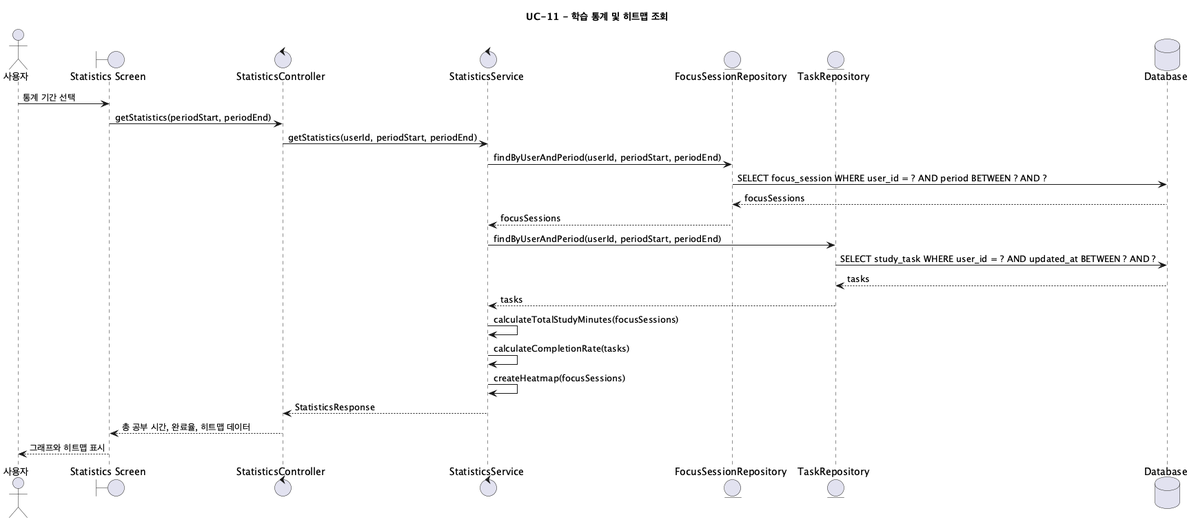
Earlier version of the PlantUML export screenshots/sequence-diagram/UC11_ViewStudyStatistics.png (jeongiryang/SoftwareEngineering_team15_project_-Smart-Edu-Platform).
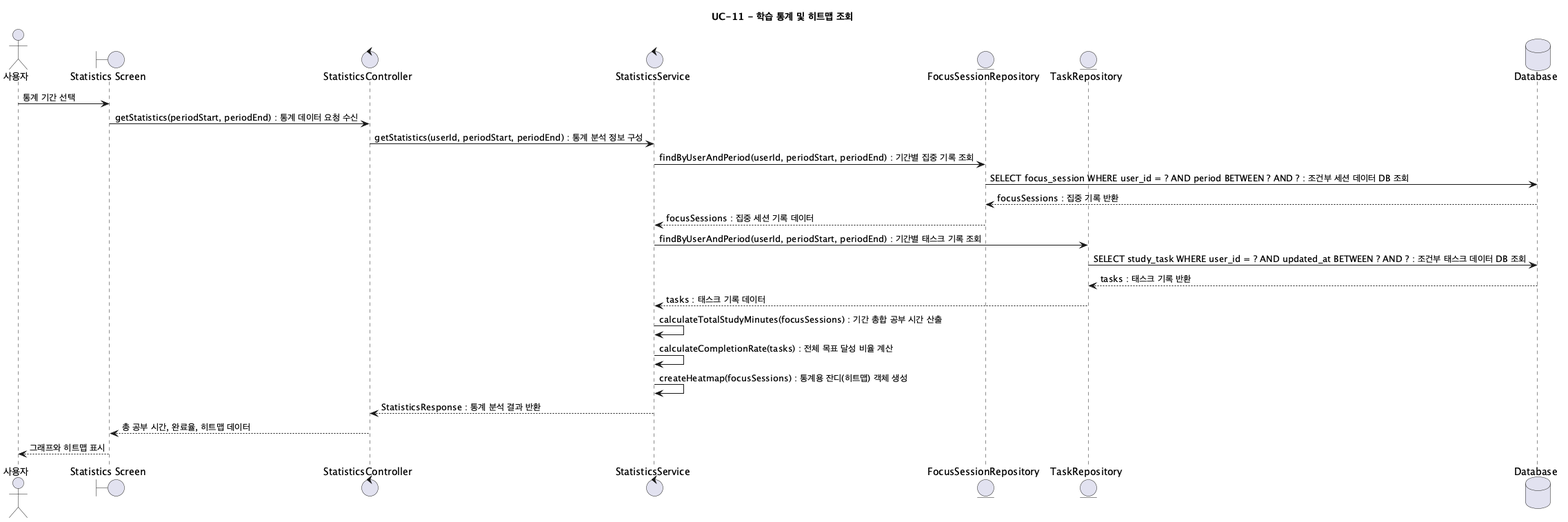
Later version of the same file.

Diff of the diagram source:
```diff
@@ -10,23 +10,23 @@
 database "Database" as DB
 
 User -> UI: 통계 기간 선택
-UI -> StatisticsController: getStatistics(periodStart, periodEnd)
-StatisticsController -> StatisticsService: getStatistics(userId, periodStart, periodEnd)
+UI -> StatisticsController: getStatistics(periodStart, periodEnd) : 통계 데이터 요청 수신
+StatisticsController -> StatisticsService: getStatistics(userId, periodStart, periodEnd) : 통계 분석 정보 구성
 
-StatisticsService -> FocusSessionRepository: findByUserAndPeriod(userId, periodStart, periodEnd)
-FocusSessionRepository -> DB: SELECT focus_session WHERE user_id = ? AND period BETWEEN ? AND ?
-DB --> FocusSessionRepository: focusSessions
-FocusSessionRepository --> StatisticsService: focusSessions
+StatisticsService -> FocusSessionRepository: findByUserAndPeriod(userId, periodStart, periodEnd) : 기간별 집중 기록 조회
+FocusSessionRepository -> DB: SELECT focus_session WHERE user_id = ? AND period BETWEEN ? AND ? : 조건부 세션 데이터 DB 조회
+DB --> FocusSessionRepository: focusSessions : 집중 기록 반환
+FocusSessionRepository --> StatisticsService: focusSessions : 집중 세션 기록 데이터
 
-StatisticsService -> TaskRepository: findByUserAndPeriod(userId, periodStart, periodEnd)
-TaskRepository -> DB: SELECT study_task WHERE user_id = ? AND updated_at BETWEEN ? AND ?
-DB --> TaskRepository: tasks
-TaskRepository --> StatisticsService: tasks
+StatisticsService -> TaskRepository: findByUserAndPeriod(userId, periodStart, periodEnd) : 기간별 태스크 기록 조회
+TaskRepository -> DB: SELECT study_task WHERE user_id = ? AND updated_at BETWEEN ? AND ? : 조건부 태스크 데이터 DB 조회
+DB --> TaskRepository: tasks : 태스크 기록 반환
+TaskRepository --> StatisticsService: tasks : 태스크 기록 데이터
 
-StatisticsService -> StatisticsService: calculateTotalStudyMinutes(focusSessions)
-StatisticsService -> StatisticsService: calculateCompletionRate(tasks)
-StatisticsService -> StatisticsService: createHeatmap(focusSessions)
-StatisticsService --> StatisticsController: StatisticsResponse
+StatisticsService -> StatisticsService: calculateTotalStudyMinutes(focusSessions) : 기간 총합 공부 시간 산출
+StatisticsService -> StatisticsService: calculateCompletionRate(tasks) : 전체 목표 달성 비율 계산
+StatisticsService -> StatisticsService: createHeatmap(focusSessions) : 통계용 잔디(히트맵) 객체 생성
+StatisticsService --> StatisticsController: StatisticsResponse : 통계 분석 결과 반환
 StatisticsController --> UI: 총 공부 시간, 완료율, 히트맵 데이터
 UI --> User: 그래프와 히트맵 표시
 
```
